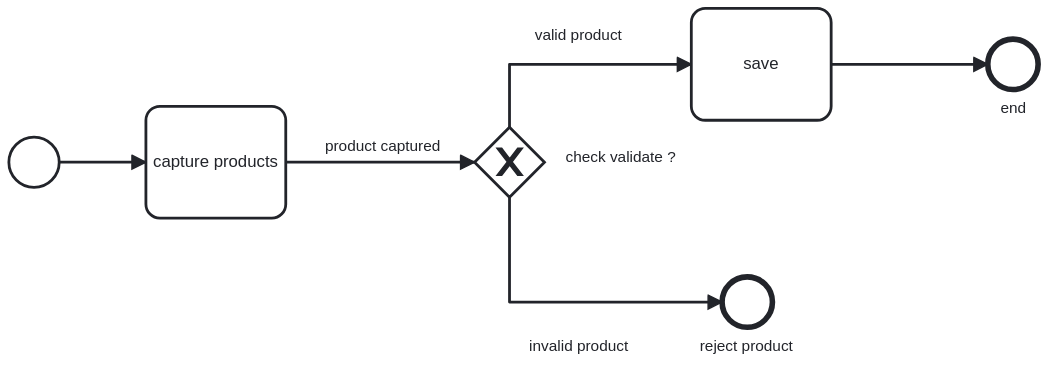
Before: ioevent-file-processing/ioevent-file-processing-exemple.svg, a diagram exported from BPMN (ioevent-io/io-ioevent-examples). Its source is kept beside it as ioevent-file-processing/ioevent-file-processing-exemple.bpmn. Ids are renumbered.
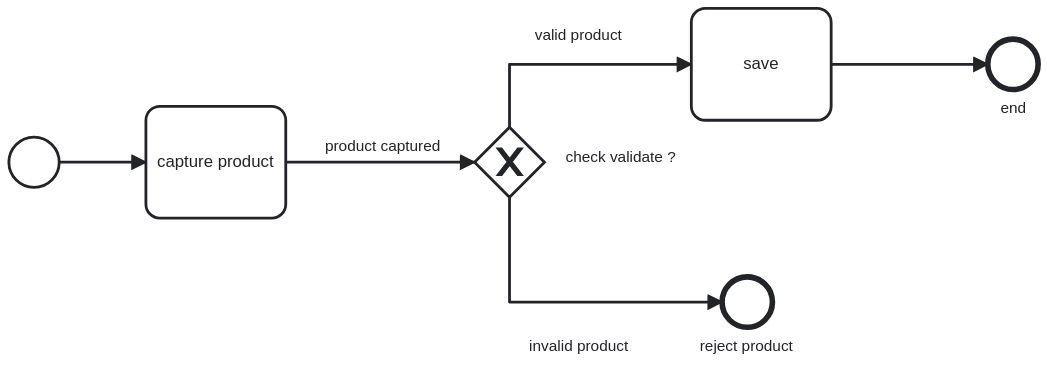
After the commit.

Commit message:
update bpmn img

Change to the diagram source:
```diff
@@ -3,7 +3,7 @@
     <bpmn:startEvent id="StartEvent_n3">
       <bpmn:outgoing>Flow_n4</bpmn:outgoing>
     </bpmn:startEvent>
-    <bpmn:task id="Activity_n5" name="capture products">
+    <bpmn:task id="Activity_n5" name="capture product">
       <bpmn:incoming>Flow_n4</bpmn:incoming>
       <bpmn:outgoing>Flow_n6</bpmn:outgoing>
     </bpmn:task>
```
